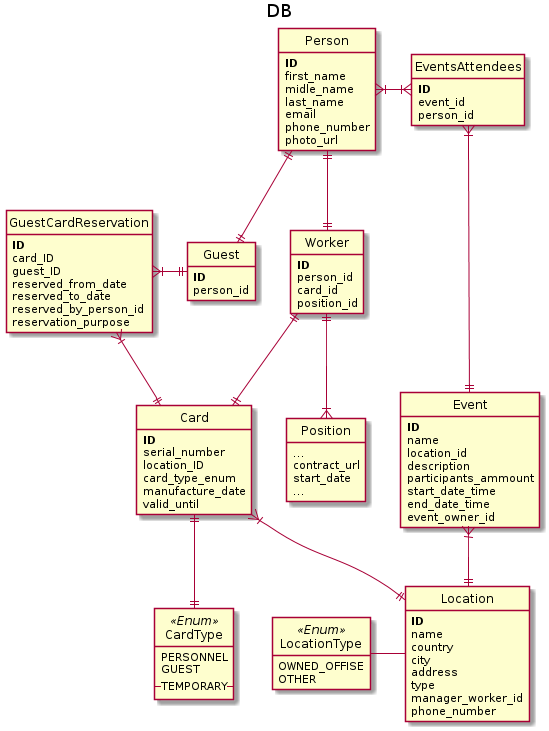
Above: diagrams/db.png in Steror/2020_Exadel_Praktika (PlantUML), before the change.
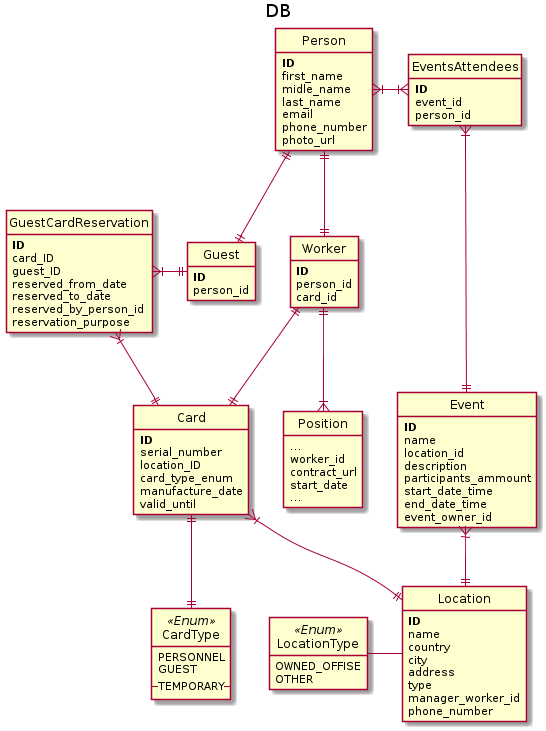
Later version of the same file.

Diff of the diagram source:
```diff
@@ -63,11 +63,11 @@
     <b>ID</b>
     person_id
     card_id
-    position_id
 }
 
 entity Position {
     ...
+    worker_id
     contract_url
     start_date
     ...
```
